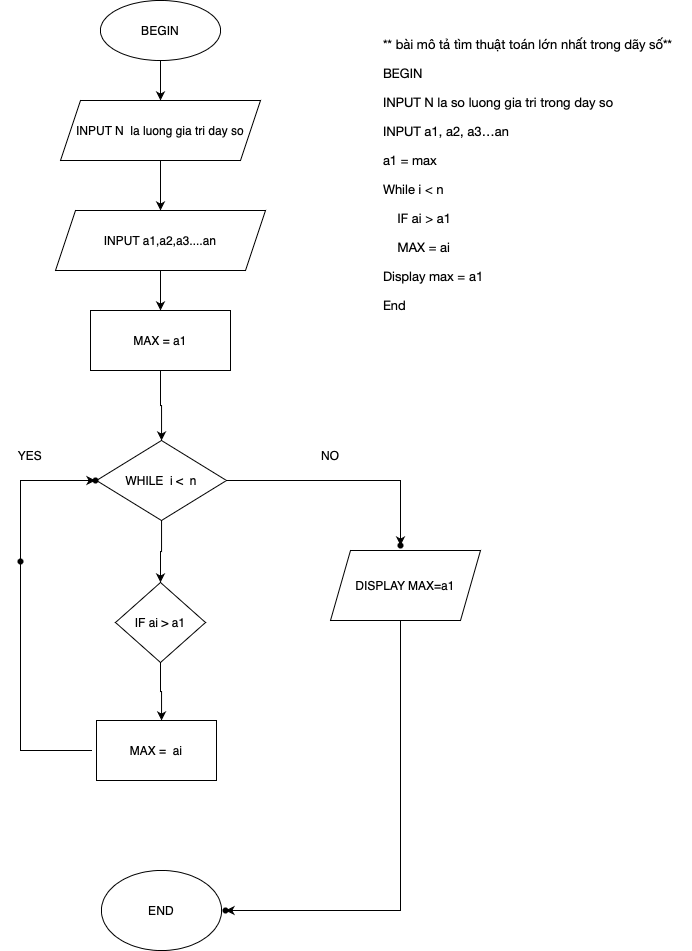
The draw.io diagram ss3_ma_gia_va_luu_do/bai_tap4.png in anhtuan1221/A0222I1_NGUYENANHTUAN_Module1, before a commit. Source tidied: cells renumbered, new cells last; positions are measured from the earlier drawing's top-left corner, leaving out a move shared by most shapes.
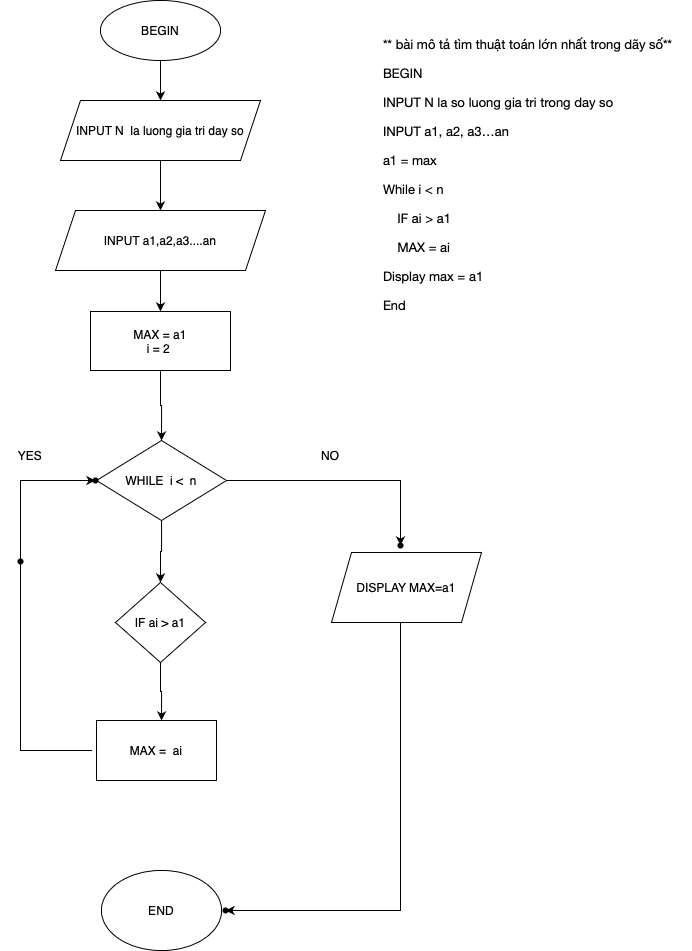
After the commit.

The edit, as a diff of the source:
```diff
@@ -23,8 +23,8 @@
     <mxCell id="8" style="edgeStyle=orthogonalEdgeStyle;rounded=0;jettySize=auto;html=1;" parent="1" edge="1" source="9" target="12">
       <mxGeometry relative="1" as="geometry" />
     </mxCell>
-    <mxCell id="9" value="MAX = a1" style="rounded=0;whiteSpace=wrap;html=1;" parent="1" vertex="1">
-      <mxGeometry x="90" y="310" width="140" height="60" as="geometry" />
+    <mxCell id="9" value="MAX = a1&lt;br&gt;i = 2&amp;nbsp;" style="rounded=0;whiteSpace=wrap;html=1;" parent="1" vertex="1">
+      <mxGeometry x="90" y="311" width="140" height="59" as="geometry" />
     </mxCell>
     <mxCell id="10" style="edgeStyle=orthogonalEdgeStyle;rounded=0;jettySize=auto;html=1;" parent="1" edge="1" source="12" target="15">
       <mxGeometry relative="1" as="geometry" />
@@ -69,7 +69,7 @@
       </mxGeometry>
     </mxCell>
     <mxCell id="20" value="DISPLAY MAX=a1" style="shape=parallelogram;perimeter=parallelogramPerimeter;whiteSpace=wrap;html=1;fixedSize=1;" parent="1" vertex="1">
-      <mxGeometry x="330" y="550" width="150" height="70" as="geometry" />
+      <mxGeometry x="331" y="552" width="150" height="70" as="geometry" />
     </mxCell>
     <mxCell id="21" value="END" style="ellipse;whiteSpace=wrap;html=1;" parent="1" vertex="1">
       <mxGeometry x="101" y="870" width="120" height="80" as="geometry" />
```
